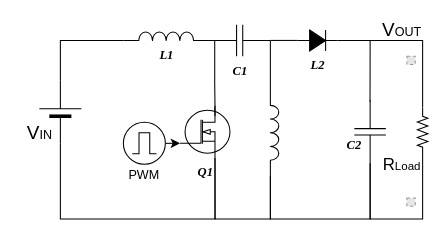
Earlier version of the draw.io diagram diagram/sepic.drawio (huhu6608/3Paths_UPS). Source tidied: cells renumbered, new cells numbered last; positions are measured from the earlier drawing's top-left corner, leaving out a move shared by most shapes. Both pictures are drawn from the tidied source at 105%, with x=0, y=0 at pixel (18, 19). Pictures stored in the file or linked from it are replaced by grey dashed boxes.
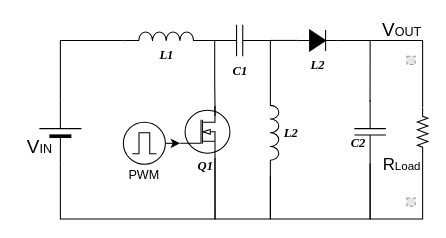
The same diagram, later.

What changed in the source:
```diff
@@
     <mxCell id="5" style="verticalLabelPosition=bottom;shadow=0;dashed=0;align=center;fillColor=#000000;html=1;verticalAlign=top;strokeWidth=1;shape=mxgraph.electrical.miscellaneous.monocell_battery;rounded=1;comic=0;labelBackgroundColor=none;fontFamily=Verdana;fontSize=12;flipH=1;direction=north;" parent="1" vertex="1">
-      <mxGeometry x="20" y="58" width="40" height="60" as="geometry" />
+      <mxGeometry x="20" y="77" width="40" height="60" as="geometry" />
     </mxCell>
     <mxCell id="6" value="&lt;font style=&quot;font-size: 18px&quot;&gt;V&lt;/font&gt;&lt;font style=&quot;font-size: 12px&quot;&gt;IN&lt;/font&gt;" style="text;html=1;align=center;verticalAlign=middle;" parent="1" vertex="1">
-      <mxGeometry y="98" width="40" height="20" as="geometry" />
+      <mxGeometry y="112" width="40" height="20" as="geometry" />
     </mxCell>
@@
-    <mxCell id="12" value="&lt;b&gt;&lt;i&gt;&lt;font face=&quot;Times New Roman&quot;&gt;Q1&lt;/font&gt;&lt;/i&gt;&lt;/b&gt;" style="verticalLabelPosition=bottom;shadow=0;dashed=0;align=center;html=1;verticalAlign=top;shape=mxgraph.electrical.mosfets1.n-channel_mosfet_1;strokeWidth=1;" parent="1" vertex="1">
+    <mxCell id="12" value="&lt;b&gt;&lt;i&gt;&lt;font face=&quot;Times New Roman&quot;&gt;Q1&lt;/font&gt;&lt;/i&gt;&lt;/b&gt;" style="verticalLabelPosition=bottom;shadow=0;dashed=0;align=center;html=1;verticalAlign=top;shape=mxgraph.electrical.mosfets1.n-channel_mosfet_1;strokeWidth=1;spacing=-4;" parent="1" vertex="1">
       <mxGeometry x="154" y="82" width="47.5" height="50" as="geometry" />
     </mxCell>
@@
     <mxCell id="30" value="&lt;font face=&quot;Times New Roman&quot;&gt;&lt;i&gt;&lt;b&gt;C2&lt;/b&gt;&lt;/i&gt;&lt;/font&gt;" style="text;html=1;strokeColor=none;fillColor=none;align=center;verticalAlign=middle;whiteSpace=wrap;rounded=0;" parent="1" vertex="1">
-      <mxGeometry x="300" y="110" width="40" height="20" as="geometry" />
+      <mxGeometry x="304" y="108" width="40" height="20" as="geometry" />
     </mxCell>
+    <mxCell id="31" value="&lt;font face=&quot;Times New Roman&quot;&gt;&lt;i&gt;&lt;b&gt;L2&lt;/b&gt;&lt;/i&gt;&lt;/font&gt;" style="text;html=1;strokeColor=none;fillColor=none;align=center;verticalAlign=middle;whiteSpace=wrap;rounded=0;" parent="1" vertex="1">
+      <mxGeometry x="240" y="98" width="40" height="20" as="geometry" />
+    </mxCell>
```
